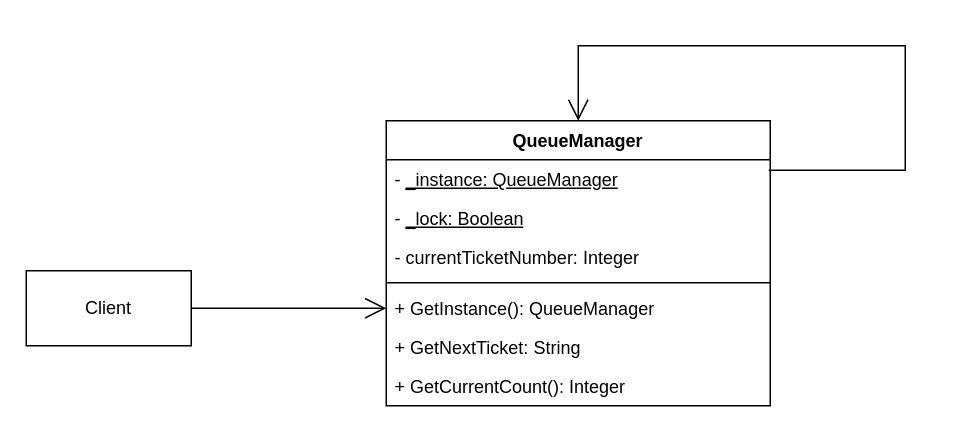
The draw.io diagram lab01/singleton.drawio in lizachi1/Object-oriented-analysis-and-design-2, before the edit. Source tidied: cells renumbered, new cells numbered last; positions are measured from the earlier drawing's top-left corner, leaving out a move shared by most shapes. Both pictures are drawn from the tidied source at 150%, with x=0, y=0 at pixel (26, 45).
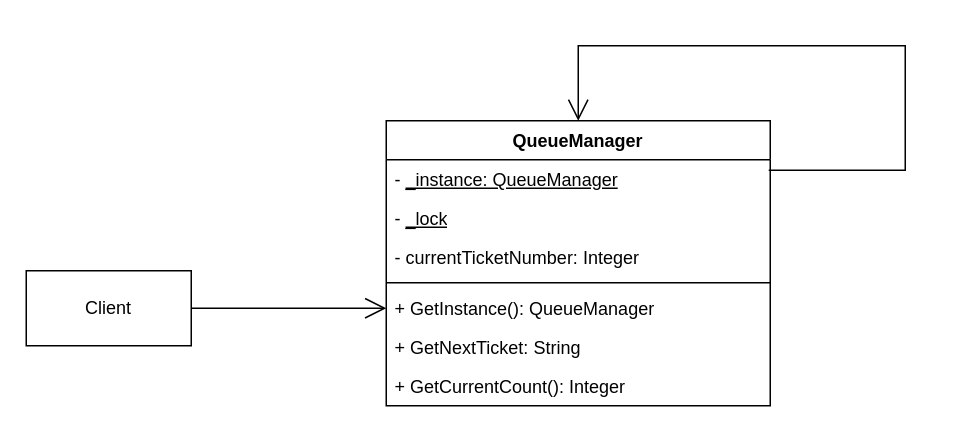
The same diagram, later.

Commit message (it also covers changes not shown here):
изменила диаграмму классов

The edit, as a diff of the source:
```diff
@@
 <mxGraphModel>
   <root>
     <mxCell id="0" />
     <mxCell id="1" parent="0" />
     <mxCell id="2" value="QueueManager" style="swimlane;fontStyle=1;align=center;verticalAlign=top;horizontal=1;startSize=26;whiteSpace=wrap;html=1;" parent="1" vertex="1">
       <mxGeometry x="240" y="50" width="256" height="190" as="geometry" />
     </mxCell>
     <mxCell id="3" value="-&amp;nbsp;&lt;u&gt;_instance: QueueManager&lt;/u&gt;" style="text;strokeColor=none;fillColor=none;align=left;verticalAlign=top;spacingLeft=4;spacingRight=4;overflow=hidden;points=[[0,0.5],[1,0.5]];portConstraint=eastwest;whiteSpace=wrap;html=1;" parent="2" vertex="1">
       <mxGeometry y="26" width="256" height="26" as="geometry" />
     </mxCell>
     <mxCell id="4" style="endArrow=open;endFill=1;endSize=12;html=1;rounded=0;exitX=0.996;exitY=0.269;exitDx=0;exitDy=0;exitPerimeter=0;entryX=0.5;entryY=0;entryDx=0;entryDy=0;" parent="2" edge="1" source="3" target="2">
       <mxGeometry relative="1" as="geometry">
         <Array as="points">
           <mxPoint x="346" y="33" />
           <mxPoint x="346" y="-50" />
           <mxPoint x="128" y="-50" />
         </Array>
       </mxGeometry>
     </mxCell>
-    <mxCell id="5" value="- &lt;u&gt;_lock: Boolean&lt;/u&gt;" style="text;strokeColor=none;fillColor=none;align=left;verticalAlign=top;spacingLeft=4;spacingRight=4;overflow=hidden;whiteSpace=wrap;html=1;" parent="2" vertex="1">
+    <mxCell id="5" value="- &lt;u&gt;_lock&lt;/u&gt;" style="text;strokeColor=none;fillColor=none;align=left;verticalAlign=top;spacingLeft=4;spacingRight=4;overflow=hidden;whiteSpace=wrap;html=1;" parent="2" vertex="1">
       <mxGeometry y="52" width="256" height="26" as="geometry" />
     </mxCell>
     <mxCell id="6" value="- currentTicketNumber: Integer" style="text;strokeColor=none;fillColor=none;align=left;verticalAlign=top;spacingLeft=4;spacingRight=4;overflow=hidden;whiteSpace=wrap;html=1;" parent="2" vertex="1">
       <mxGeometry y="78" width="256" height="26" as="geometry" />
     </mxCell>
     <mxCell id="7" style="line;strokeWidth=1;fillColor=none;align=left;verticalAlign=middle;spacingTop=-1;spacingLeft=3;spacingRight=3;labelPosition=right;strokeColor=inherit;" parent="2" vertex="1">
       <mxGeometry y="104" width="256" height="8" as="geometry" />
     </mxCell>
     <mxCell id="8" value="+ GetInstance(): QueueManager" style="text;strokeColor=none;fillColor=none;align=left;verticalAlign=top;spacingLeft=4;spacingRight=4;overflow=hidden;points=[[0,0.5],[1,0.5]];portConstraint=eastwest;whiteSpace=wrap;html=1;" parent="2" vertex="1">
       <mxGeometry y="112" width="256" height="26" as="geometry" />
     </mxCell>
     <mxCell id="9" value="+ GetNextTicket: String" style="text;strokeColor=none;fillColor=none;align=left;verticalAlign=top;spacingLeft=4;spacingRight=4;overflow=hidden;whiteSpace=wrap;html=1;" parent="2" vertex="1">
       <mxGeometry y="138" width="256" height="26" as="geometry" />
     </mxCell>
     <mxCell id="10" value="+ GetCurrentCount(): Integer" style="text;strokeColor=none;fillColor=none;align=left;verticalAlign=top;spacingLeft=4;spacingRight=4;overflow=hidden;whiteSpace=wrap;html=1;" parent="2" vertex="1">
       <mxGeometry y="164" width="256" height="26" as="geometry" />
     </mxCell>
     <mxCell id="11" value="Client" style="html=1;whiteSpace=wrap;" parent="1" vertex="1">
       <mxGeometry y="150" width="110" height="50" as="geometry" />
     </mxCell>
     <mxCell id="12" style="endArrow=open;endFill=1;endSize=12;html=1;rounded=0;exitX=1;exitY=0.5;exitDx=0;exitDy=0;entryX=0;entryY=0.5;entryDx=0;entryDy=0;" parent="1" edge="1" source="11" target="8">
       <mxGeometry relative="1" as="geometry" />
     </mxCell>
   </root>
 </mxGraphModel>
```
